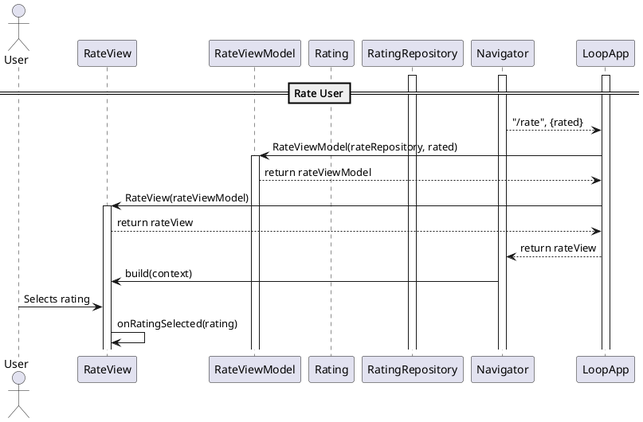
Before: reports/sequence/rate-user.png, a diagram exported from PlantUML (YannisRavasopoulos/ProjectSD_S6).
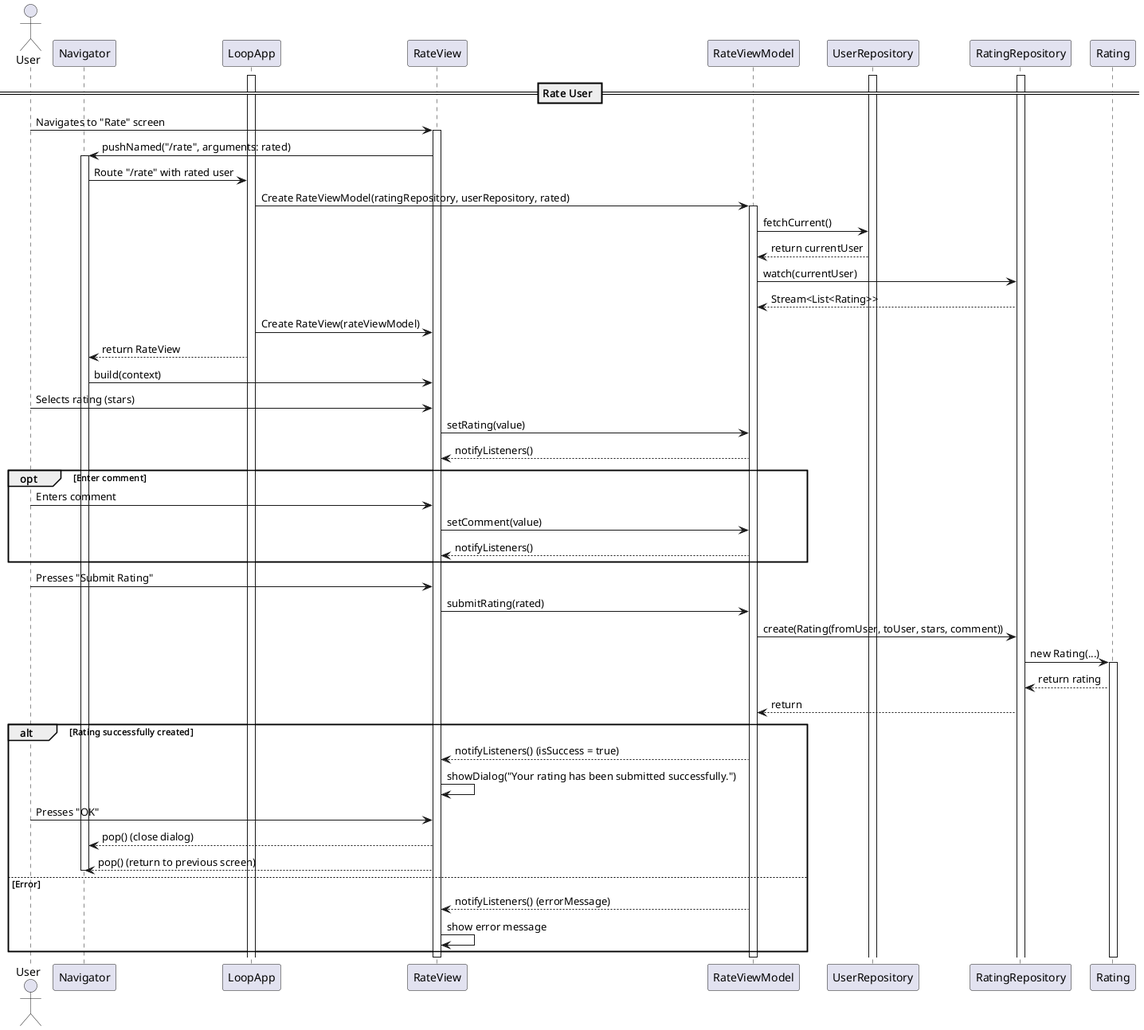
Above is the later version.

Diff of the diagram source:
```diff
@@ -1,32 +1,80 @@
 @startuml
+
 actor User
 
-actor User
+participant Navigator
+participant LoopApp
 participant RateView
 participant RateViewModel
-participant Rating
+participant UserRepository
 participant RatingRepository
-participant Navigator
-participant LoopApp
 
-activate Navigator
+== Rate User ==
+
 activate LoopApp
+activate UserRepository
 activate RatingRepository
-
-==Rate User==
-
-Navigator --> LoopApp: "/rate", {rated}
-LoopApp -> RateViewModel: RateViewModel(rateRepository, rated)
-activate RateViewModel
-RateViewModel --> LoopApp: return rateViewModel
-LoopApp -> RateView: RateView(rateViewModel)
+User -> RateView: Navigates to "Rate" screen
 activate RateView
-RateView --> LoopApp: return rateView
-LoopApp --> Navigator: return rateView
-Navigator -> RateView: build(context)
-User -> RateView: Selects rating
-RateView -> RateView: onRatingSelected(rating)
 
 
+RateView -> Navigator: pushNamed("/rate", arguments: rated)
+activate Navigator
+Navigator -> LoopApp: Route "/rate" with rated user
+
+LoopApp -> RateViewModel: Create RateViewModel(ratingRepository, userRepository, rated)
+activate RateViewModel
+RateViewModel -> UserRepository: fetchCurrent()
+
+UserRepository --> RateViewModel: return currentUser
+
+RateViewModel -> RatingRepository: watch(currentUser)
+
+RatingRepository --> RateViewModel: Stream<List<Rating>>
+
+LoopApp -> RateView: Create RateView(rateViewModel)
+
+LoopApp --> Navigator: return RateView
+
+Navigator -> RateView: build(context)
+
+
+User -> RateView: Selects rating (stars)
+
+RateView -> RateViewModel: setRating(value)
+
+RateViewModel --> RateView: notifyListeners()
+
+
+opt Enter comment
+User -> RateView: Enters comment
+RateView -> RateViewModel: setComment(value)
+RateViewModel --> RateView: notifyListeners()
+end
+
+User -> RateView: Presses "Submit Rating"
+RateView -> RateViewModel: submitRating(rated)
+RateViewModel -> RatingRepository: create(Rating(fromUser, toUser, stars, comment))
+
+RatingRepository -> Rating: new Rating(...)
+activate Rating
+Rating --> RatingRepository: return rating
+RatingRepository --> RateViewModel: return
+
+
+alt Rating successfully created
+    RateViewModel --> RateView: notifyListeners() (isSuccess = true)
+    RateView -> RateView: showDialog("Your rating has been submitted successfully.")
+    User -> RateView: Presses "OK"
+    RateView --> Navigator: pop() (close dialog)
+    RateView --> Navigator: pop() (return to previous screen)
+    deactivate Navigator
+else Error
+    RateViewModel --> RateView: notifyListeners() (errorMessage)
+    RateView -> RateView: show error message
+end
+deactivate Rating
+deactivate RateViewModel
+deactivate RateView
 
 @enduml
```
